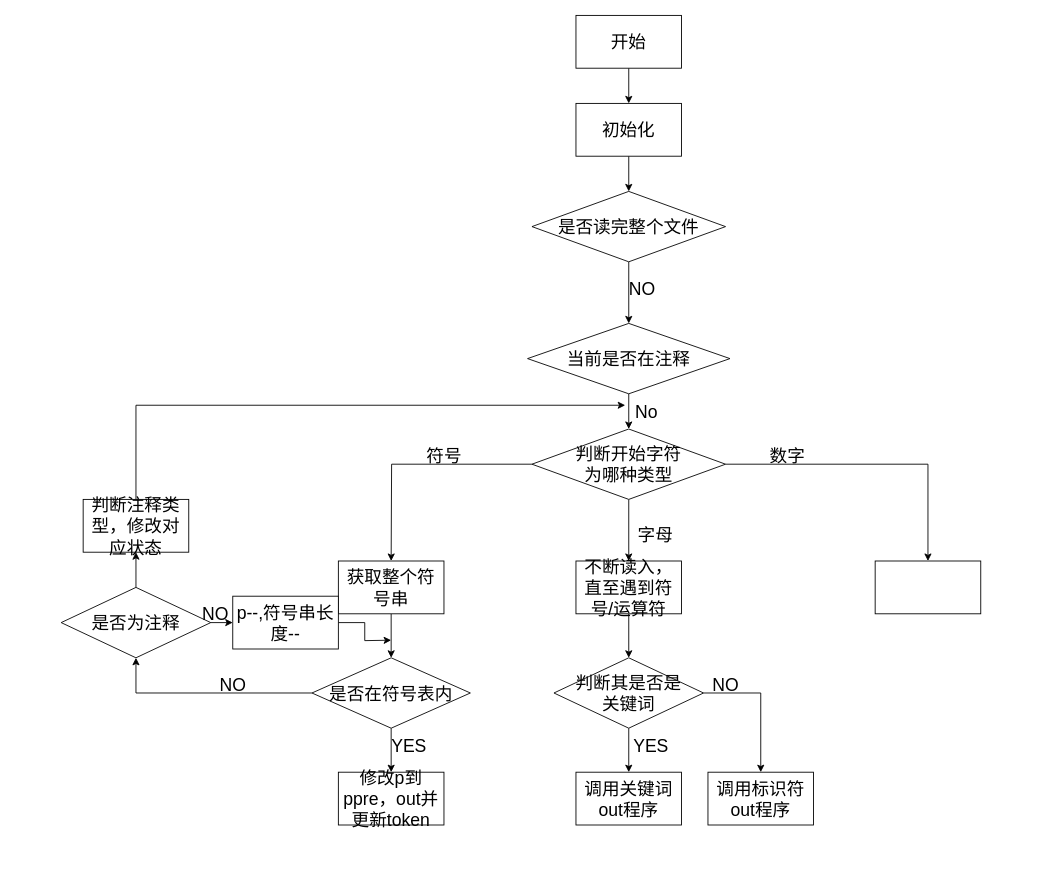
chensiyi0904/draw.io keeps this draw.io diagram as byylexp1.drawio. Above is the earlier version. Source tidied: cells renumbered, new cells numbered last; positions are measured from the earlier drawing's top-left corner, leaving out a move shared by most shapes. Both pictures are drawn from the tidied source at 88%, with x=0, y=0 at pixel (61, 15).
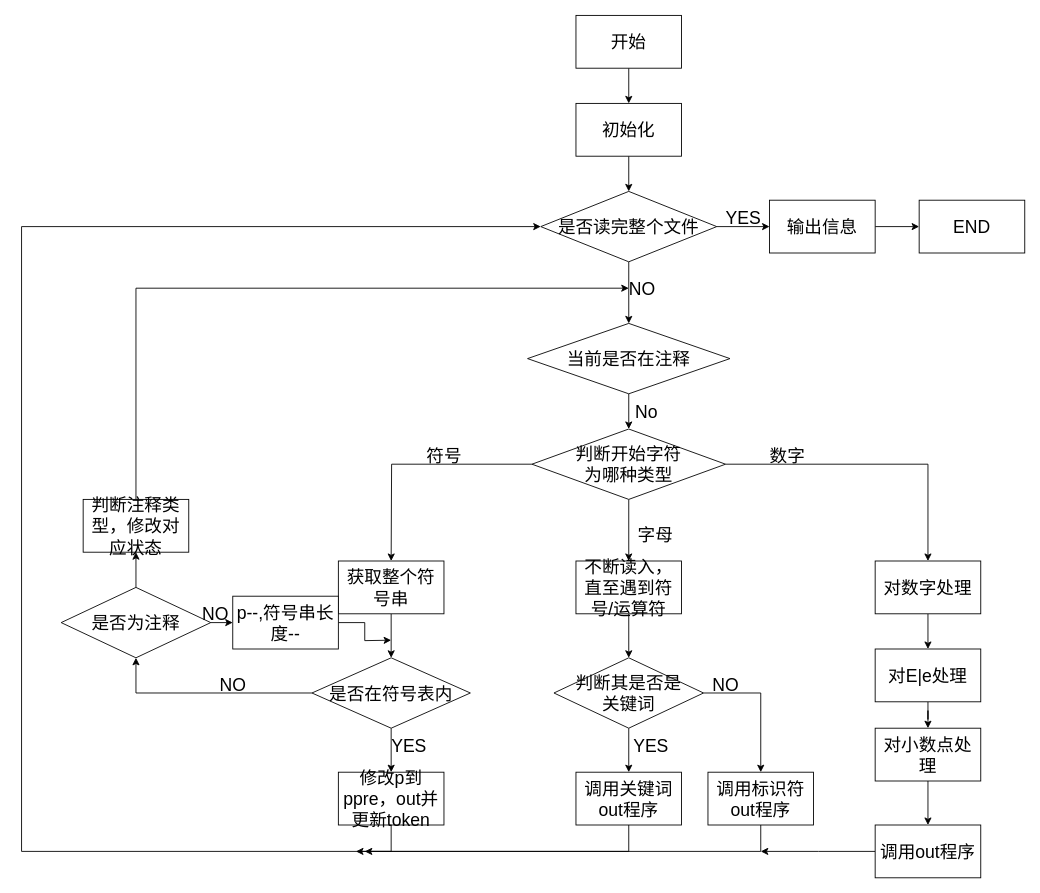
Above is the later version.

Unchanged cells that the change refers to:
```xml
<mxCell id="27" value="修改p到ppre，out并更新token" style="rounded=0;whiteSpace=wrap;html=1;fontSize=20;" parent="1" vertex="1">
  <mxGeometry x="315" y="860" width="120" height="60" as="geometry" />
</mxCell>
<mxCell id="29" value="No" style="text;html=1;align=center;verticalAlign=middle;points=[];strokeColor=none;fillColor=none;fontSize=20;" parent="1" vertex="1">
  <mxGeometry x="640" y="430" width="50" height="40" as="geometry" />
</mxCell>
<mxCell id="33" value="调用关键词out程序" style="whiteSpace=wrap;html=1;fontSize=20;" parent="1" vertex="1">
  <mxGeometry x="585" y="860" width="120" height="60" as="geometry" />
</mxCell>
<mxCell id="36" value="调用标识符out程序" style="rounded=0;whiteSpace=wrap;html=1;fontSize=20;" parent="1" vertex="1">
  <mxGeometry x="735" y="860" width="120" height="60" as="geometry" />
</mxCell>
<mxCell id="44" value="判断注释类型，修改对应状态" style="rounded=0;whiteSpace=wrap;html=1;fontSize=20;" parent="1" vertex="1">
  <mxGeometry x="25" y="550" width="120" height="60" as="geometry" />
</mxCell>
```

Change to the diagram source:
```diff
@@
+    <mxCell id="45" style="edgeStyle=orthogonalEdgeStyle;rounded=0;jettySize=auto;html=1;fontSize=20;" parent="1" edge="1" source="7" target="51">
+      <mxGeometry relative="1" as="geometry" />
+    </mxCell>
     <mxCell id="7" value="是否读完整个文件" style="rhombus;whiteSpace=wrap;html=1;fontSize=20;rounded=0;" parent="1" vertex="1">
-      <mxGeometry x="535" y="200" width="220" height="80" as="geometry" />
+      <mxGeometry x="545" y="200" width="200" height="80" as="geometry" />
     </mxCell>
@@
+    <mxCell id="46" style="edgeStyle=orthogonalEdgeStyle;rounded=0;jettySize=auto;html=1;fontSize=20;" parent="1" edge="1" source="22" target="55">
+      <mxGeometry relative="1" as="geometry" />
+    </mxCell>
-    <mxCell id="22" style="rounded=0;whiteSpace=wrap;html=1;fontSize=20;" parent="1" vertex="1">
+    <mxCell id="22" value="对数字处理" style="rounded=0;whiteSpace=wrap;html=1;fontSize=20;" parent="1" vertex="1">
       <mxGeometry x="925" y="620" width="120" height="60" as="geometry" />
     </mxCell>
@@
+    <mxCell id="47" style="edgeStyle=orthogonalEdgeStyle;rounded=0;jettySize=auto;html=1;exitX=0.5;exitY=1;exitDx=0;exitDy=0;fontSize=20;entryX=0;entryY=0.5;entryDx=0;entryDy=0;" parent="1" edge="1" source="27" target="7">
+      <mxGeometry relative="1" as="geometry">
+        <Array as="points">
+          <mxPoint x="375" y="950" />
+          <mxPoint x="-45" y="950" />
+          <mxPoint x="-45" y="240" />
+        </Array>
+      </mxGeometry>
+    </mxCell>
@@
+    <mxCell id="48" style="edgeStyle=orthogonalEdgeStyle;rounded=0;jettySize=auto;html=1;exitX=0.5;exitY=1;exitDx=0;exitDy=0;fontSize=20;" parent="1" edge="1" source="33">
+      <mxGeometry relative="1" as="geometry">
+        <mxPoint x="335" y="950" as="targetPoint" />
+        <Array as="points">
+          <mxPoint x="645" y="950" />
+        </Array>
+      </mxGeometry>
+    </mxCell>
@@
+    <mxCell id="49" style="edgeStyle=orthogonalEdgeStyle;rounded=0;jettySize=auto;html=1;exitX=0.5;exitY=1;exitDx=0;exitDy=0;fontSize=20;" parent="1" edge="1" source="36">
+      <mxGeometry relative="1" as="geometry">
+        <mxPoint x="345" y="950" as="targetPoint" />
+        <Array as="points">
+          <mxPoint x="795" y="950" />
+        </Array>
+      </mxGeometry>
+    </mxCell>
@@
-    <mxCell id="43" style="edgeStyle=orthogonalEdgeStyle;rounded=0;jettySize=auto;html=1;exitX=0.5;exitY=0;exitDx=0;exitDy=0;entryX=0.02;entryY=0.325;entryDx=0;entryDy=0;entryPerimeter=0;fontSize=20;" parent="1" edge="1" source="44" target="29">
-      <mxGeometry relative="1" as="geometry" />
+    <mxCell id="43" style="edgeStyle=orthogonalEdgeStyle;rounded=0;jettySize=auto;html=1;exitX=0.5;exitY=0;exitDx=0;exitDy=0;fontSize=20;" parent="1" edge="1" source="44">
+      <mxGeometry relative="1" as="geometry">
+        <mxPoint x="645" y="310" as="targetPoint" />
+        <Array as="points">
+          <mxPoint x="85" y="310" />
+          <mxPoint x="641" y="310" />
+        </Array>
+      </mxGeometry>
     </mxCell>
@@
+    <mxCell id="50" style="edgeStyle=orthogonalEdgeStyle;rounded=0;jettySize=auto;html=1;exitX=1;exitY=0.5;exitDx=0;exitDy=0;fontSize=20;" parent="1" edge="1" source="51" target="53">
+      <mxGeometry relative="1" as="geometry" />
+    </mxCell>
+    <mxCell id="51" value="输出信息" style="rounded=0;whiteSpace=wrap;html=1;fontSize=20;" parent="1" vertex="1">
+      <mxGeometry x="805" y="210" width="120" height="60" as="geometry" />
+    </mxCell>
+    <mxCell id="52" value="YES" style="text;html=1;align=center;verticalAlign=middle;strokeColor=none;fillColor=none;fontSize=20;" parent="1" vertex="1">
+      <mxGeometry x="745" y="210" width="60" height="40" as="geometry" />
+    </mxCell>
+    <mxCell id="53" value="END" style="rounded=0;whiteSpace=wrap;html=1;fontSize=20;" parent="1" vertex="1">
+      <mxGeometry x="975" y="210" width="120" height="60" as="geometry" />
+    </mxCell>
+    <mxCell id="54" style="edgeStyle=orthogonalEdgeStyle;rounded=0;jettySize=auto;html=1;fontSize=20;" parent="1" edge="1" source="55" target="57">
+      <mxGeometry relative="1" as="geometry" />
+    </mxCell>
+    <mxCell id="55" value="对E|e处理" style="whiteSpace=wrap;html=1;fontSize=20;rounded=0;" parent="1" vertex="1">
+      <mxGeometry x="925" y="720" width="120" height="60" as="geometry" />
+    </mxCell>
+    <mxCell id="56" style="edgeStyle=orthogonalEdgeStyle;rounded=0;jettySize=auto;html=1;fontSize=20;" parent="1" edge="1" source="57" target="59">
+      <mxGeometry relative="1" as="geometry" />
+    </mxCell>
+    <mxCell id="57" value="对小数点处理" style="whiteSpace=wrap;html=1;fontSize=20;rounded=0;" parent="1" vertex="1">
+      <mxGeometry x="925" y="810" width="120" height="60" as="geometry" />
+    </mxCell>
+    <mxCell id="58" style="edgeStyle=orthogonalEdgeStyle;rounded=0;jettySize=auto;html=1;exitX=0;exitY=0.5;exitDx=0;exitDy=0;fontSize=20;" parent="1" edge="1" source="59">
+      <mxGeometry relative="1" as="geometry">
+        <mxPoint x="795" y="950" as="targetPoint" />
+      </mxGeometry>
+    </mxCell>
+    <mxCell id="59" value="调用out程序" style="whiteSpace=wrap;html=1;fontSize=20;rounded=0;" parent="1" vertex="1">
+      <mxGeometry x="925" y="920" width="120" height="60" as="geometry" />
+    </mxCell>
```
